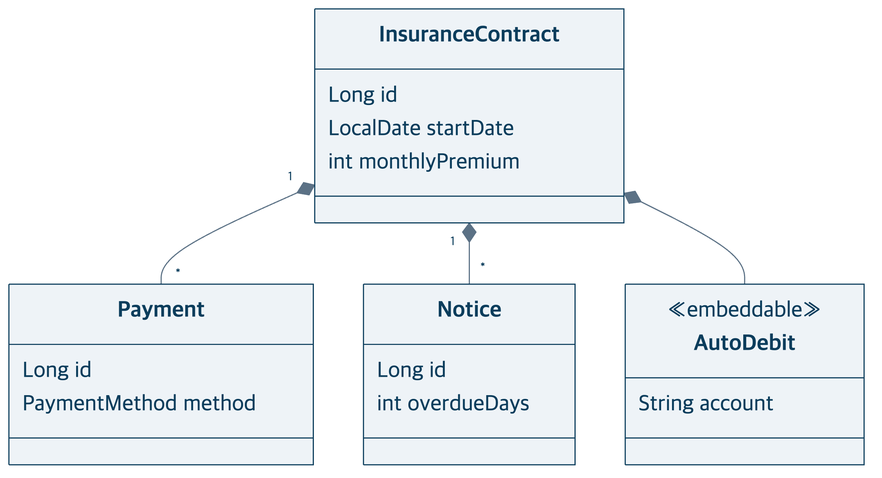
The Mermaid diagram docs/presentation/diagrams/clusters/contract-code.png in heyoonyoon/distributed-programming, before a commit. Its source is kept beside it as docs/presentation/diagrams/clusters/contract-code.mmd.
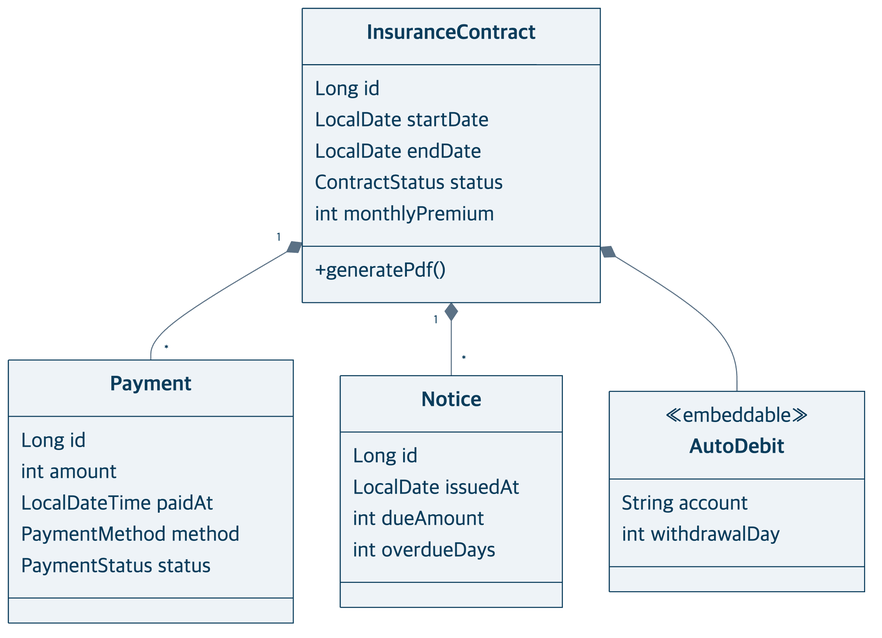
Later version of the same file.

The edit, as a diff of the source:
```diff
@@ -3,19 +3,28 @@
 class InsuranceContract {
   Long id
   LocalDate startDate
+  LocalDate endDate
+  ContractStatus status
   int monthlyPremium
+  +generatePdf()
 }
 class Payment {
   Long id
+  int amount
+  LocalDateTime paidAt
   PaymentMethod method
+  PaymentStatus status
 }
 class Notice {
   Long id
+  LocalDate issuedAt
+  int dueAmount
   int overdueDays
 }
 class AutoDebit {
   <<embeddable>>
   String account
+  int withdrawalDay
 }
 InsuranceContract "1" *-- "*" Payment
 InsuranceContract "1" *-- "*" Notice
```
